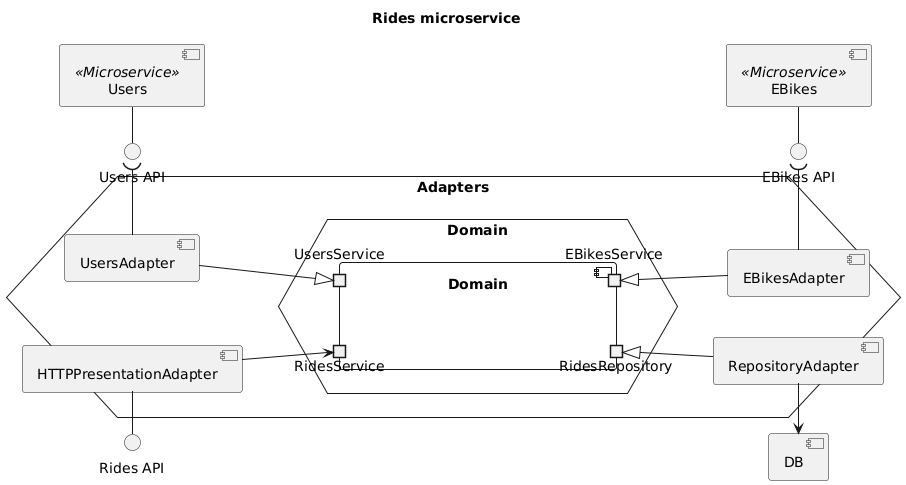
This is doc/diagrams/rides-components.png from Ventus218/SAP-assignment-02, a PlantUML export, as it was before one commit.
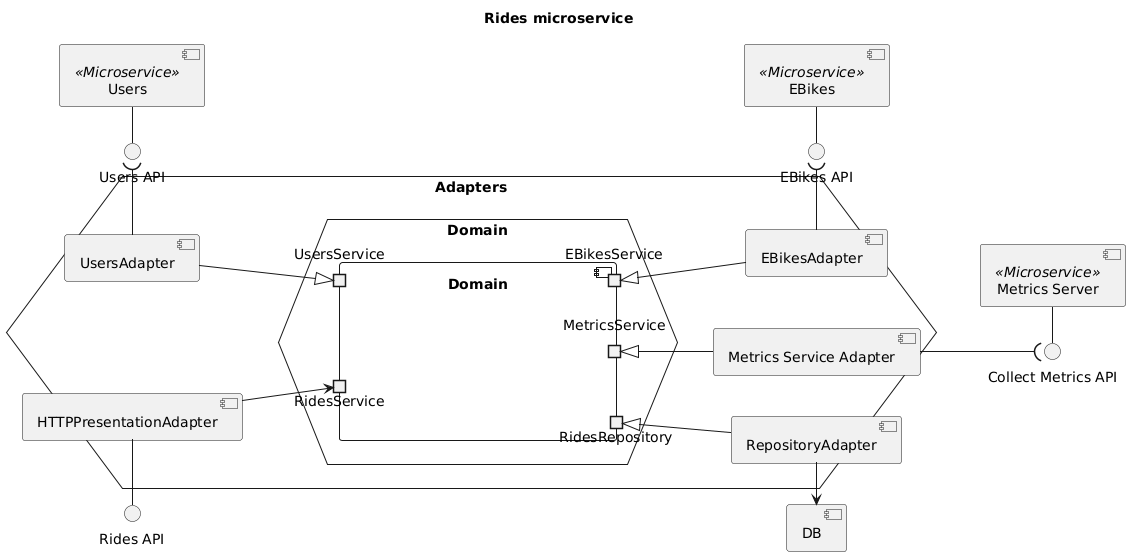
Above is the later version.

The edit, as a diff of the source:
```diff
@@ -8,6 +8,7 @@
 interface "Rides API" as RidesAPI
 interface "EBikes API" as EBikesAPI
 interface "Users API" as UsersAPI
+interface "Collect Metrics API" as CollectMetricsAPI
 
 hexagon Adapters {
     hexagon Domain as DomainHex {
@@ -15,6 +16,7 @@
             portout "RidesRepository" as Repo
             portin RidesService
             portin UsersService
+            portout MetricsService
             portout EBikesService
         }
     }
@@ -22,6 +24,10 @@
     component "RepositoryAdapter" as RepoAdapter
     RepoAdapter -l-> DB
     RepoAdapter -u-|> Repo
+
+    component "Metrics Service Adapter" as MetricsAdapter
+    MetricsAdapter -u-|> MetricsService
+    MetricsAdapter --( CollectMetricsAPI
 
     component EBikesAdapter
     EBikesAdapter -r-( EBikesAPI
@@ -42,4 +48,7 @@
 component "Users" as Users <<Microservice>>
 Users -r-() UsersAPI
 
+component "Metrics Server" as MetricsServer <<Microservice>>
+MetricsServer -r-() CollectMetricsAPI
+
 @enduml
```
